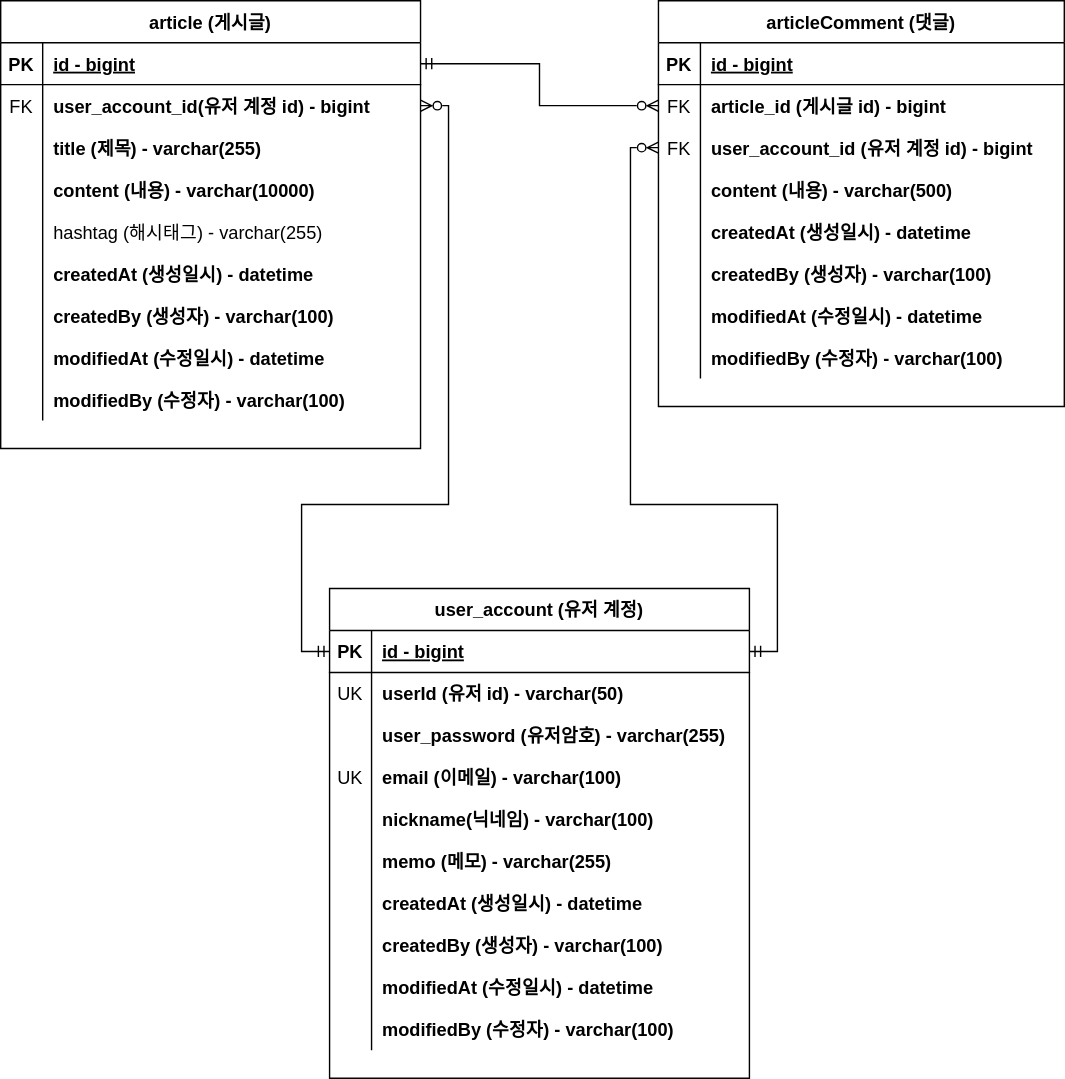
The draw.io diagram document/board-project.drawio.svg in Seong-Hoon-Lim/fastcampus-board-project, before a commit. Source tidied: cells renumbered, new cells last; positions are measured from the earlier drawing's top-left corner, leaving out a move shared by most shapes.
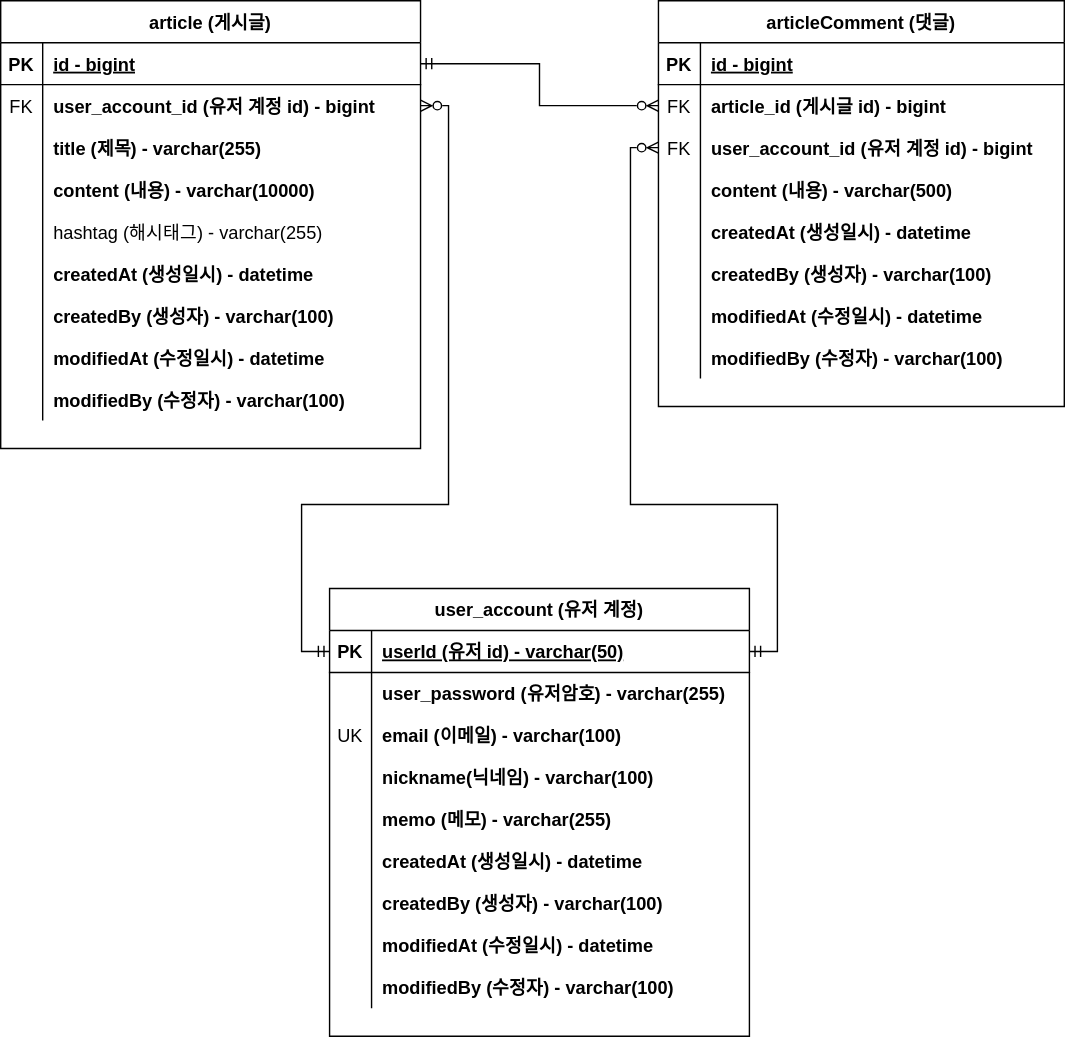
The same diagram one commit later.

Commit message:
#32 - ERD 문서 수정: 회원 계정 user_id 를 PK 로 변경

What changed in the source:
```diff
@@ -20,7 +20,7 @@
     <mxCell id="7" value="FK" style="shape=partialRectangle;overflow=hidden;fillColor=none;top=0;left=0;bottom=0;right=0;fontSize=13;fontStyle=0;" parent="6" vertex="1">
       <mxGeometry width="30" height="30" as="geometry" />
     </mxCell>
-    <mxCell id="8" value="user_account_id(유저 계정 id) - bigint" style="shape=partialRectangle;overflow=hidden;fillColor=none;top=0;left=0;bottom=0;right=0;align=left;spacingLeft=6;fontStyle=1;fontSize=13;" parent="6" vertex="1">
+    <mxCell id="8" value="user_account_id (유저 계정 id) - bigint" style="shape=partialRectangle;overflow=hidden;fillColor=none;top=0;left=0;bottom=0;right=0;align=left;spacingLeft=6;fontStyle=1;fontSize=13;" parent="6" vertex="1">
       <mxGeometry x="30" width="270" height="30" as="geometry" />
     </mxCell>
     <mxCell id="9" style="shape=partialRectangle;fillColor=none;top=0;left=0;right=0;bottom=0;fontSize=13;" parent="2" vertex="1">
@@ -165,7 +165,7 @@
       <mxGeometry relative="1" as="geometry" />
     </mxCell>
     <mxCell id="56" value="user_account (유저 계정)" style="shape=table;startSize=30;rowLines=0;fontStyle=1;align=center;fontSize=13;" parent="1" vertex="1">
-      <mxGeometry x="235" y="420" width="300" height="350" as="geometry" />
+      <mxGeometry x="235" y="420" width="300" height="320" as="geometry" />
     </mxCell>
     <mxCell id="57" style="shape=partialRectangle;fillColor=none;points=[[0,0.5],[1,0.5]];portConstraint=eastwest;top=0;left=0;right=0;bottom=1;fontSize=13;" parent="56" vertex="1">
       <mxGeometry y="30" width="300" height="30" as="geometry" />
@@ -173,20 +173,11 @@
     <mxCell id="58" value="PK" style="shape=partialRectangle;overflow=hidden;fillColor=none;top=0;left=0;bottom=0;right=0;fontStyle=1;fontSize=13;" parent="57" vertex="1">
       <mxGeometry width="30" height="30" as="geometry" />
     </mxCell>
-    <mxCell id="59" value="id - bigint" style="shape=partialRectangle;overflow=hidden;fillColor=none;top=0;left=0;bottom=0;right=0;align=left;spacingLeft=6;fontStyle=5;fontSize=13;" parent="57" vertex="1">
+    <mxCell id="59" value="userId (유저 id) - varchar(50)" style="shape=partialRectangle;overflow=hidden;fillColor=none;top=0;left=0;bottom=0;right=0;align=left;spacingLeft=6;fontStyle=5;fontSize=13;" parent="57" vertex="1">
       <mxGeometry x="30" width="270" height="30" as="geometry" />
     </mxCell>
-    <mxCell id="60" style="shape=partialRectangle;fillColor=none;top=0;left=0;right=0;bottom=0;fontSize=13;" parent="56" vertex="1">
-      <mxGeometry y="60" width="300" height="30" as="geometry" />
-    </mxCell>
-    <mxCell id="61" value="UK" style="shape=partialRectangle;overflow=hidden;fillColor=none;top=0;left=0;bottom=0;right=0;fontSize=13;fontStyle=0;" parent="60" vertex="1">
-      <mxGeometry width="30" height="30" as="geometry" />
-    </mxCell>
-    <mxCell id="62" value="userId (유저 id) - varchar(50)" style="shape=partialRectangle;overflow=hidden;fillColor=none;top=0;left=0;bottom=0;right=0;align=left;spacingLeft=6;fontStyle=1;fontSize=13;" parent="60" vertex="1">
-      <mxGeometry x="30" width="270" height="30" as="geometry" />
-    </mxCell>
     <mxCell id="63" style="shape=partialRectangle;fillColor=none;top=0;left=0;right=0;bottom=0;fontSize=13;" parent="56" vertex="1">
-      <mxGeometry y="90" width="300" height="30" as="geometry" />
+      <mxGeometry y="60" width="300" height="30" as="geometry" />
     </mxCell>
     <mxCell id="64" style="shape=partialRectangle;overflow=hidden;fillColor=none;top=0;left=0;bottom=0;right=0;fontSize=13;" parent="63" vertex="1">
       <mxGeometry width="30" height="30" as="geometry" />
@@ -195,7 +186,7 @@
       <mxGeometry x="30" width="270" height="30" as="geometry" />
     </mxCell>
     <mxCell id="66" style="shape=partialRectangle;fillColor=none;top=0;left=0;right=0;bottom=0;fontSize=13;" parent="56" vertex="1">
-      <mxGeometry y="120" width="300" height="30" as="geometry" />
+      <mxGeometry y="90" width="300" height="30" as="geometry" />
     </mxCell>
     <mxCell id="67" value="UK" style="shape=partialRectangle;overflow=hidden;fillColor=none;top=0;left=0;bottom=0;right=0;fontSize=13;" parent="66" vertex="1">
       <mxGeometry width="30" height="30" as="geometry" />
@@ -204,7 +195,7 @@
       <mxGeometry x="30" width="270" height="30" as="geometry" />
     </mxCell>
     <mxCell id="69" style="shape=partialRectangle;fillColor=none;top=0;left=0;right=0;bottom=0;fontSize=13;" parent="56" vertex="1">
-      <mxGeometry y="150" width="300" height="30" as="geometry" />
+      <mxGeometry y="120" width="300" height="30" as="geometry" />
     </mxCell>
     <mxCell id="70" style="shape=partialRectangle;overflow=hidden;fillColor=none;top=0;left=0;bottom=0;right=0;fontSize=13;" parent="69" vertex="1">
       <mxGeometry width="30" height="30" as="geometry" />
@@ -213,7 +204,7 @@
       <mxGeometry x="30" width="270" height="30" as="geometry" />
     </mxCell>
     <mxCell id="72" style="shape=partialRectangle;fillColor=none;top=0;left=0;right=0;bottom=0;fontSize=13;" parent="56" vertex="1">
-      <mxGeometry y="180" width="300" height="30" as="geometry" />
+      <mxGeometry y="150" width="300" height="30" as="geometry" />
     </mxCell>
     <mxCell id="73" style="shape=partialRectangle;overflow=hidden;fillColor=none;top=0;left=0;bottom=0;right=0;fontSize=13;" parent="72" vertex="1">
       <mxGeometry width="30" height="30" as="geometry" />
@@ -222,7 +213,7 @@
       <mxGeometry x="30" width="270" height="30" as="geometry" />
     </mxCell>
     <mxCell id="75" style="shape=partialRectangle;fillColor=none;top=0;left=0;right=0;bottom=0;fontSize=13;" parent="56" vertex="1">
-      <mxGeometry y="210" width="300" height="30" as="geometry" />
+      <mxGeometry y="180" width="300" height="30" as="geometry" />
     </mxCell>
     <mxCell id="76" style="shape=partialRectangle;overflow=hidden;fillColor=none;top=0;left=0;bottom=0;right=0;fontSize=13;" parent="75" vertex="1">
       <mxGeometry width="30" height="30" as="geometry" />
@@ -231,7 +222,7 @@
       <mxGeometry x="30" width="270" height="30" as="geometry" />
     </mxCell>
     <mxCell id="78" style="shape=partialRectangle;fillColor=none;top=0;left=0;right=0;bottom=0;fontSize=13;" parent="56" vertex="1">
-      <mxGeometry y="240" width="300" height="30" as="geometry" />
+      <mxGeometry y="210" width="300" height="30" as="geometry" />
     </mxCell>
     <mxCell id="79" style="shape=partialRectangle;overflow=hidden;fillColor=none;top=0;left=0;bottom=0;right=0;fontSize=13;" parent="78" vertex="1">
       <mxGeometry width="30" height="30" as="geometry" />
@@ -240,7 +231,7 @@
       <mxGeometry x="30" width="270" height="30" as="geometry" />
     </mxCell>
     <mxCell id="81" style="shape=partialRectangle;fillColor=none;top=0;left=0;right=0;bottom=0;fontSize=13;" parent="56" vertex="1">
-      <mxGeometry y="270" width="300" height="30" as="geometry" />
+      <mxGeometry y="240" width="300" height="30" as="geometry" />
     </mxCell>
     <mxCell id="82" style="shape=partialRectangle;overflow=hidden;fillColor=none;top=0;left=0;bottom=0;right=0;fontSize=13;" parent="81" vertex="1">
       <mxGeometry width="30" height="30" as="geometry" />
@@ -249,7 +240,7 @@
       <mxGeometry x="30" width="270" height="30" as="geometry" />
     </mxCell>
     <mxCell id="84" style="shape=partialRectangle;fillColor=none;top=0;left=0;right=0;bottom=0;fontSize=13;" parent="56" vertex="1">
-      <mxGeometry y="300" width="300" height="30" as="geometry" />
+      <mxGeometry y="270" width="300" height="30" as="geometry" />
     </mxCell>
     <mxCell id="85" style="shape=partialRectangle;overflow=hidden;fillColor=none;top=0;left=0;bottom=0;right=0;fontSize=13;" parent="84" vertex="1">
       <mxGeometry width="30" height="30" as="geometry" />
```
